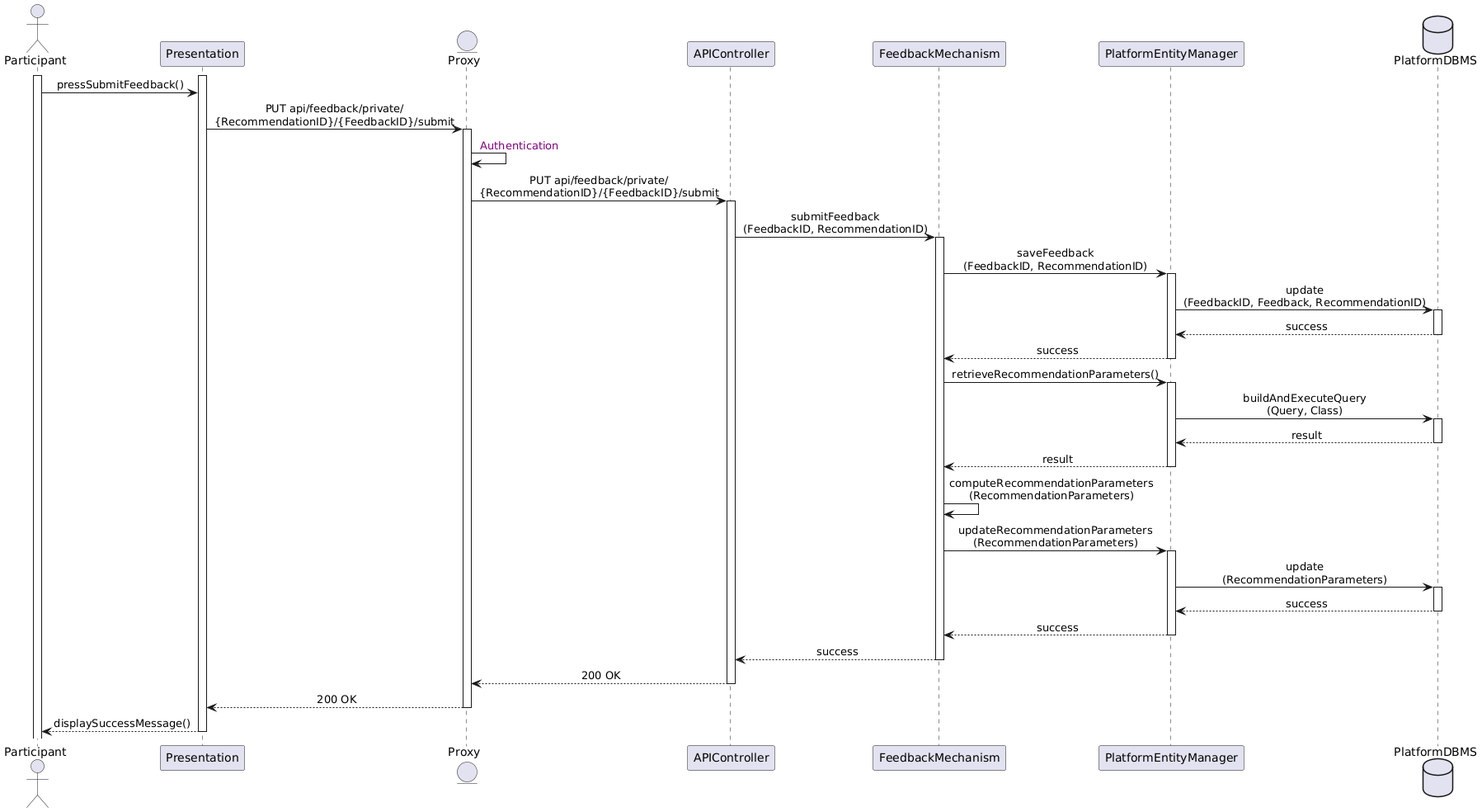
Above: Diagrams/SequenceDiagrams/DD/Images/6.2ParticipantSubmitsFeedback.png in Slaitroc/RicciPaoliGrisoni (PlantUML), before the change. Its diagram source:
```plantuml
@startuml
skinparam sequenceMessageAlign center
actor       Participant
participant  Presentation
entity      Proxy
participant APIController
participant FeedbackMechanism
participant PlatformEntityManager
database    PlatformDBMS

activate Participant
activate Presentation
Participant -> Presentation  : pressSubmitFeedback()
Presentation -> Proxy ++ : PUT api/feedback/private/\n{RecommendationID}/{FeedbackID}/submit
Proxy -> Proxy : <color:purple> Authentication
Proxy -> APIController ++ : PUT api/feedback/private/\n{RecommendationID}/{FeedbackID}/submit
APIController -> FeedbackMechanism ++ : submitFeedback\n(FeedbackID, RecommendationID)
FeedbackMechanism -> PlatformEntityManager ++ : saveFeedback\n(FeedbackID, RecommendationID)
PlatformEntityManager -> PlatformDBMS ++ : update\n(FeedbackID, Feedback, RecommendationID)
PlatformDBMS --> PlatformEntityManager -- : success
PlatformEntityManager --> FeedbackMechanism -- : success
FeedbackMechanism -> PlatformEntityManager ++ : retrieveRecommendationParameters()
PlatformEntityManager -> PlatformDBMS ++ : buildAndExecuteQuery\n(Query, Class)
PlatformDBMS --> PlatformEntityManager -- : result
PlatformEntityManager --> FeedbackMechanism -- : result
FeedbackMechanism -> FeedbackMechanism : computeRecommendationParameters\n(RecommendationParameters)
FeedbackMechanism -> PlatformEntityManager ++ : updateRecommendationParameters\n(RecommendationParameters)
PlatformEntityManager -> PlatformDBMS ++ : update\n(RecommendationParameters)
PlatformDBMS --> PlatformEntityManager -- : success
PlatformEntityManager --> FeedbackMechanism -- : success
FeedbackMechanism --> APIController -- : success
APIController --> Proxy -- : 200 OK
Proxy --> Presentation -- : 200 OK
Presentation --> Participant -- : displaySuccessMessage()
@enduml
```
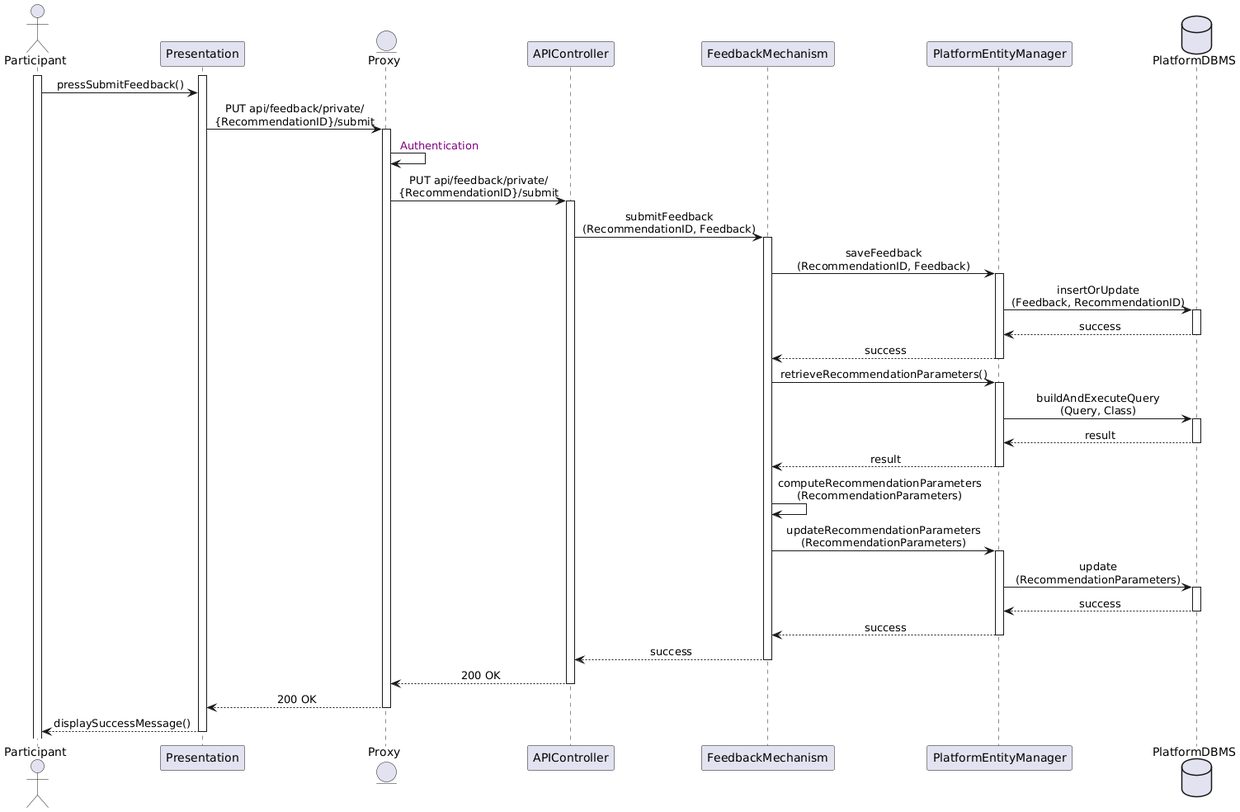
After the commit.

Commit message:
Update sequence diagram for participant feedback submission to include feedback parameter

What changed in the source:
```diff
@@ -11,12 +11,12 @@
 activate Participant
 activate Presentation
 Participant -> Presentation  : pressSubmitFeedback()
-Presentation -> Proxy ++ : PUT api/feedback/private/\n{RecommendationID}/{FeedbackID}/submit
+Presentation -> Proxy ++ : PUT api/feedback/private/\n{RecommendationID}/submit
 Proxy -> Proxy : <color:purple> Authentication
-Proxy -> APIController ++ : PUT api/feedback/private/\n{RecommendationID}/{FeedbackID}/submit
-APIController -> FeedbackMechanism ++ : submitFeedback\n(FeedbackID, RecommendationID)
-FeedbackMechanism -> PlatformEntityManager ++ : saveFeedback\n(FeedbackID, RecommendationID)
-PlatformEntityManager -> PlatformDBMS ++ : update\n(FeedbackID, Feedback, RecommendationID)
+Proxy -> APIController ++ : PUT api/feedback/private/\n{RecommendationID}/submit
+APIController -> FeedbackMechanism ++ : submitFeedback\n(RecommendationID, Feedback)
+FeedbackMechanism -> PlatformEntityManager ++ : saveFeedback\n(RecommendationID, Feedback)
+PlatformEntityManager -> PlatformDBMS ++ : insertOrUpdate\n(Feedback, RecommendationID)
 PlatformDBMS --> PlatformEntityManager -- : success
 PlatformEntityManager --> FeedbackMechanism -- : success
 FeedbackMechanism -> PlatformEntityManager ++ : retrieveRecommendationParameters()
```
